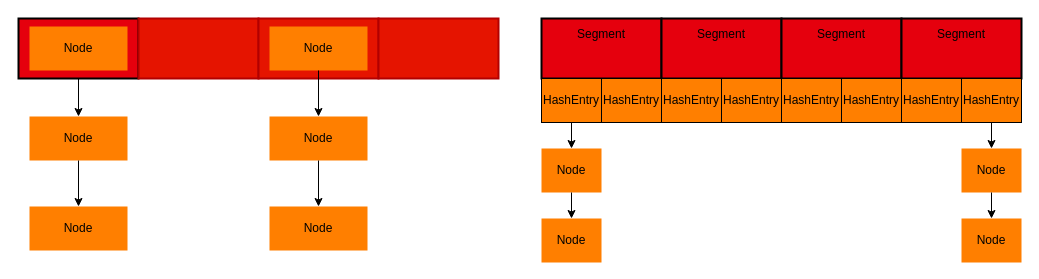
Earlier version of the draw.io diagram hashmap.drawio (qhdxqxx/diagram). Source tidied: cells renumbered, new cells numbered last; positions are measured from the earlier drawing's top-left corner, leaving out a move shared by most shapes. Both pictures are drawn from the tidied source at 100%, with x=0, y=0 at pixel (18, 18).
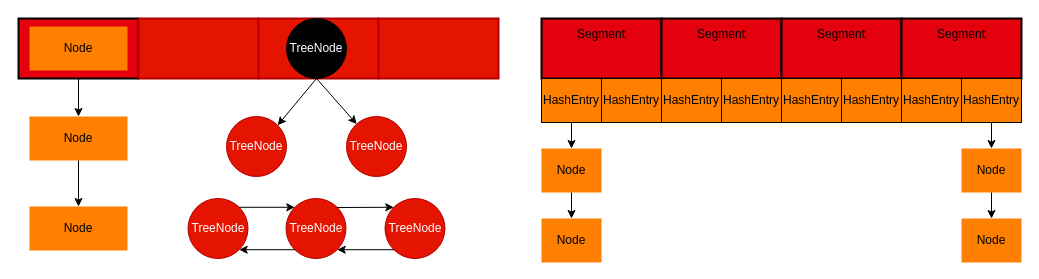
Above is the later version.

What changed in the source:
```diff
@@
-    <mxCell id="7" value="Node" style="rounded=0;whiteSpace=wrap;html=1;strokeWidth=1;fillColor=#FF7F00;gradientColor=none;strokeColor=none;" parent="1" vertex="1">
-      <mxGeometry x="251" y="8" width="98" height="44" as="geometry" />
-    </mxCell>
@@
-    <mxCell id="12" value="Node" style="rounded=0;whiteSpace=wrap;html=1;strokeWidth=1;fillColor=#FF7F00;gradientColor=none;strokeColor=none;" parent="1" vertex="1">
-      <mxGeometry x="251" y="98" width="98" height="44" as="geometry" />
-    </mxCell>
-    <mxCell id="13" value="Node" style="rounded=0;whiteSpace=wrap;html=1;strokeWidth=1;fillColor=#FF7F00;gradientColor=none;strokeColor=none;" parent="1" vertex="1">
-      <mxGeometry x="251" y="188" width="98" height="44" as="geometry" />
-    </mxCell>
-    <mxCell id="14" style="endArrow=classic;html=1;exitX=0.5;exitY=1;exitDx=0;exitDy=0;entryX=0.5;entryY=0;entryDx=0;entryDy=0;rounded=1;" parent="1" edge="1" source="7" target="12">
-      <mxGeometry relative="1" as="geometry" />
-    </mxCell>
-    <mxCell id="15" style="endArrow=classic;html=1;exitX=0.5;exitY=1;exitDx=0;exitDy=0;entryX=0.5;entryY=0;entryDx=0;entryDy=0;" parent="1" edge="1" source="12" target="13">
-      <mxGeometry relative="1" as="geometry" />
-    </mxCell>
@@
+    <mxCell id="36" value="&lt;font color=&quot;#ffffff&quot;&gt;TreeNode&lt;/font&gt;" style="ellipse;whiteSpace=wrap;html=1;fillColor=#000000;" parent="1" vertex="1">
+      <mxGeometry x="268" width="60" height="60" as="geometry" />
+    </mxCell>
+    <mxCell id="37" value="&lt;font color=&quot;#ffffff&quot;&gt;TreeNode&lt;/font&gt;" style="ellipse;whiteSpace=wrap;html=1;fillColor=#e51400;strokeColor=#B20000;fontColor=#ffffff;" parent="1" vertex="1">
+      <mxGeometry x="208" y="98" width="60" height="60" as="geometry" />
+    </mxCell>
+    <mxCell id="38" value="&lt;font color=&quot;#ffffff&quot;&gt;TreeNode&lt;/font&gt;" style="ellipse;whiteSpace=wrap;html=1;fillColor=#e51400;strokeColor=#B20000;fontColor=#ffffff;" parent="1" vertex="1">
+      <mxGeometry x="328" y="98" width="60" height="60" as="geometry" />
+    </mxCell>
+    <mxCell id="39" style="endArrow=classic;html=1;exitX=0.5;exitY=1;exitDx=0;exitDy=0;entryX=1;entryY=0;entryDx=0;entryDy=0;" parent="1" edge="1" source="36" target="37">
+      <mxGeometry relative="1" as="geometry" />
+    </mxCell>
+    <mxCell id="40" style="endArrow=classic;html=1;exitX=0.5;exitY=1;exitDx=0;exitDy=0;" parent="1" edge="1" source="36" target="38">
+      <mxGeometry relative="1" as="geometry" />
+    </mxCell>
+    <mxCell id="41" value="&lt;font color=&quot;#ffffff&quot;&gt;TreeNode&lt;/font&gt;" style="ellipse;whiteSpace=wrap;html=1;fillColor=#e51400;strokeColor=#B20000;fontColor=#ffffff;" parent="1" vertex="1">
+      <mxGeometry x="169.5" y="180" width="60" height="60" as="geometry" />
+    </mxCell>
+    <mxCell id="42" value="&lt;font color=&quot;#ffffff&quot;&gt;TreeNode&lt;/font&gt;" style="ellipse;whiteSpace=wrap;html=1;fillColor=#e51400;strokeColor=#B20000;fontColor=#ffffff;" parent="1" vertex="1">
+      <mxGeometry x="267.5" y="180" width="60" height="60" as="geometry" />
+    </mxCell>
+    <mxCell id="43" value="&lt;font color=&quot;#ffffff&quot;&gt;TreeNode&lt;/font&gt;" style="ellipse;whiteSpace=wrap;html=1;fillColor=#e51400;strokeColor=#B20000;fontColor=#ffffff;" parent="1" vertex="1">
+      <mxGeometry x="366.5" y="180" width="60" height="60" as="geometry" />
+    </mxCell>
+    <mxCell id="44" style="endArrow=classic;html=1;exitX=1;exitY=0;exitDx=0;exitDy=0;entryX=0;entryY=0;entryDx=0;entryDy=0;" parent="1" edge="1" source="41" target="42">
+      <mxGeometry relative="1" as="geometry" />
+    </mxCell>
+    <mxCell id="45" style="endArrow=classic;html=1;exitX=0;exitY=1;exitDx=0;exitDy=0;entryX=1;entryY=1;entryDx=0;entryDy=0;" parent="1" edge="1" source="42" target="41">
+      <mxGeometry relative="1" as="geometry" />
+    </mxCell>
+    <mxCell id="46" style="endArrow=classic;html=1;entryX=0;entryY=0;entryDx=0;entryDy=0;" parent="1" edge="1" target="43">
+      <mxGeometry relative="1" as="geometry">
+        <mxPoint x="318.5" y="189" as="sourcePoint" />
+      </mxGeometry>
+    </mxCell>
+    <mxCell id="47" style="endArrow=classic;html=1;exitX=0;exitY=1;exitDx=0;exitDy=0;entryX=1;entryY=1;entryDx=0;entryDy=0;" parent="1" edge="1" source="43" target="42">
+      <mxGeometry relative="1" as="geometry" />
+    </mxCell>
```
